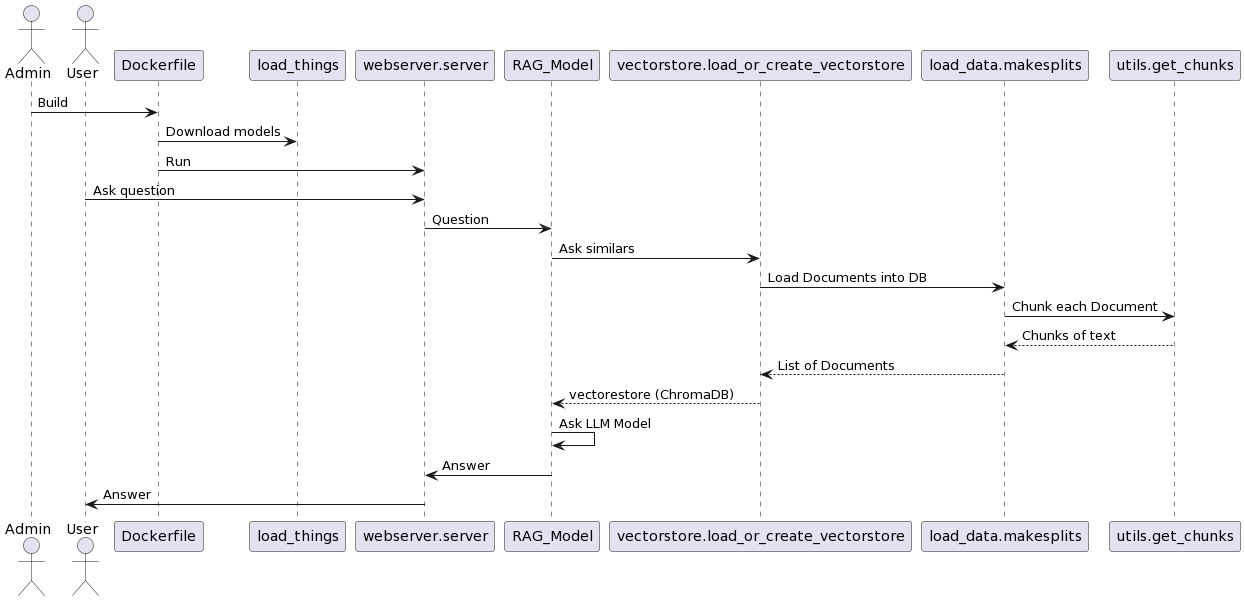
Before: docs/sequence.png, a diagram exported from PlantUML (erickfmm/llm-simple-rag).
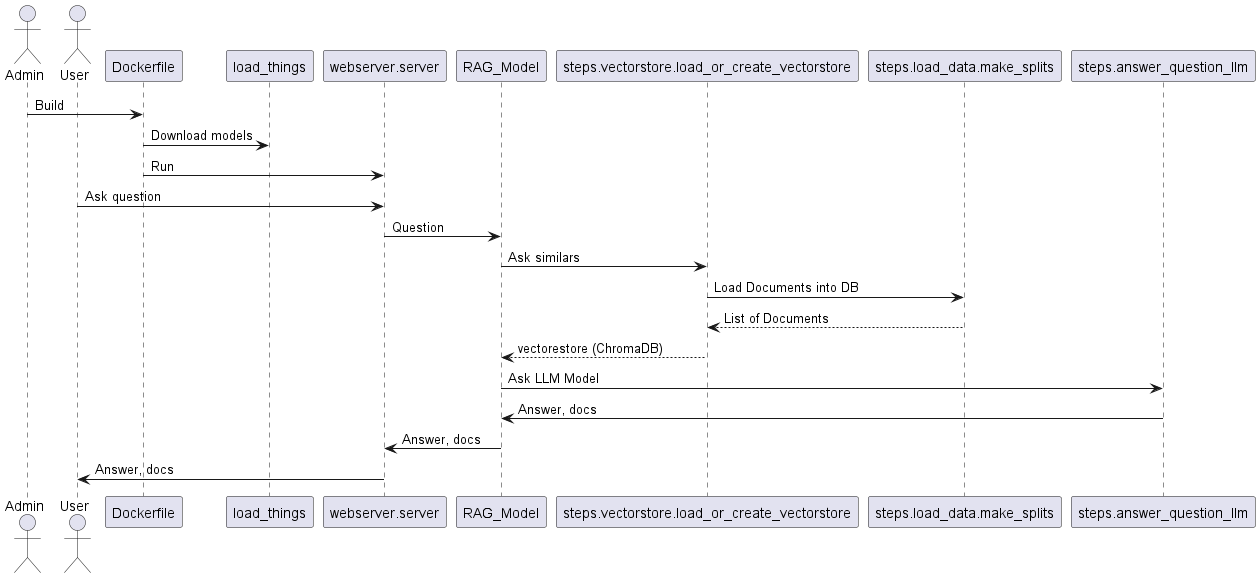
The same file after the commit.

What changed in the source:
```diff
@@ -1,4 +1,5 @@
 @startuml
+
 actor Admin
 actor User
 
@@ -10,18 +11,17 @@
 
 webserver.server -> RAG_Model : Question
 
-RAG_Model-> vectorstore.load_or_create_vectorstore : Ask similars
+RAG_Model -> steps.vectorstore.load_or_create_vectorstore : Ask similars
 
-vectorstore.load_or_create_vectorstore -> load_data.makesplits : Load Documents into DB
+steps.vectorstore.load_or_create_vectorstore -> steps.load_data.make_splits : Load Documents into DB
 
-load_data.makesplits -> utils.get_chunks : Chunk each Document
+steps.load_data.make_splits --> steps.vectorstore.load_or_create_vectorstore : List of Documents
 
-utils.get_chunks --> load_data.makesplits : Chunks of text
-load_data.makesplits --> vectorstore.load_or_create_vectorstore : List of Documents
+steps.vectorstore.load_or_create_vectorstore --> RAG_Model : vectorestore (ChromaDB)
+RAG_Model -> steps.answer_question_llm : Ask LLM Model
+steps.answer_question_llm -> RAG_Model : Answer, docs
+RAG_Model -> webserver.server : Answer, docs
 
-vectorstore.load_or_create_vectorstore --> RAG_Model : vectorestore (ChromaDB)
-RAG_Model -> RAG_Model : Ask LLM Model
-RAG_Model -> webserver.server : Answer
+webserver.server -> User : Answer, docs
 
-webserver.server -> User : Answer
 @enduml
```
